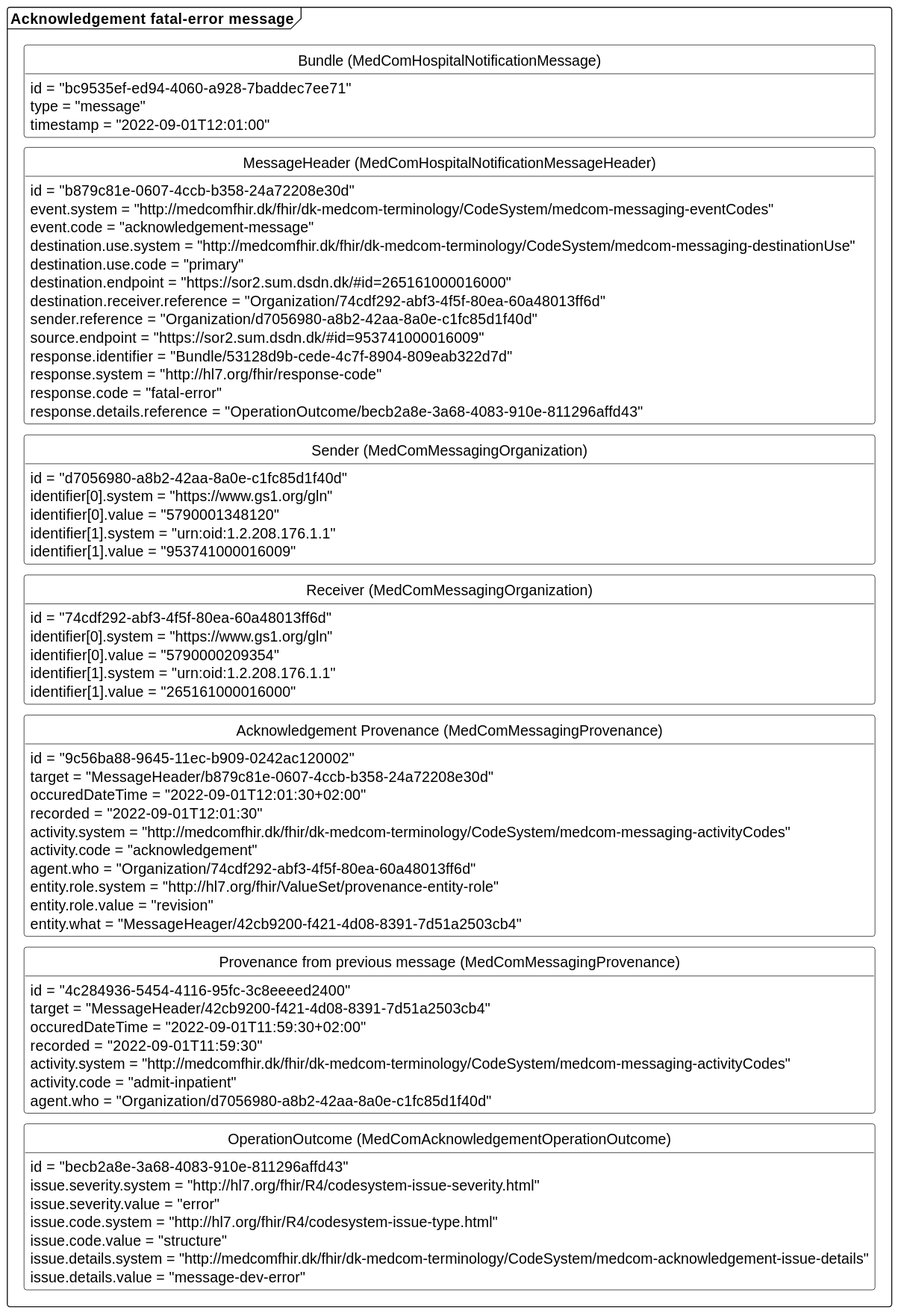
Earlier version of the PlantUML export input/images/AcknowledgementError.svg (medcomdk/dk-medcom-acknowledgement). Source of this version:
```plantuml
@startuml AcknowledgementError

skinparam class {
    BackgroundColor White
    BorderColor Black
    ArrowColor Black
  }
hide circle
hide empty members
skinparam SameClassWidth true
skinparam Ranksep 10


package "Acknowledgement fatal-error message" as ack <<Frame>>{
    class "Bundle (MedComHospitalNotificationMessage)" as ackB{
        id = "bc9535ef-ed94-4060-a928-7baddec7ee71"
        type = "message"
        timestamp = "2022-09-01T12:01:00"
    }
    class "MessageHeader (MedComHospitalNotificationMessageHeader)" as ackMH{
        id = "b879c81e-0607-4ccb-b358-24a72208e30d"
        event.system = "http://medcomfhir.dk/fhir/dk-medcom-terminology/CodeSystem/medcom-messaging-eventCodes"
        event.code = "acknowledgement-message"
        destination.use.system = "http://medcomfhir.dk/fhir/dk-medcom-terminology/CodeSystem/medcom-messaging-destinationUse"
        destination.use.code = "primary"
        destination.endpoint = "https://sor2.sum.dsdn.dk/#id=265161000016000"
        destination.receiver.reference = "Organization/74cdf292-abf3-4f5f-80ea-60a48013ff6d"
        sender.reference = "Organization/d7056980-a8b2-42aa-8a0e-c1fc85d1f40d"
        source.endpoint = "https://sor2.sum.dsdn.dk/#id=953741000016009"
        response.identifier = "Bundle/53128d9b-cede-4c7f-8904-809eab322d7d"
        response.system = "http://hl7.org/fhir/response-code"
        response.code = "fatal-error"
        response.details.reference = "OperationOutcome/becb2a8e-3a68-4083-910e-811296affd43"
    }
    class "Sender (MedComMessagingOrganization)" as ackROrg{
        id = "d7056980-a8b2-42aa-8a0e-c1fc85d1f40d"
        identifier[0].system = "https://www.gs1.org/gln"
        identifier[0].value = "5790001348120"
        identifier[1].system = "urn:oid:1.2.208.176.1.1"
        identifier[1].value = "953741000016009"
    }
    class "Receiver (MedComMessagingOrganization)" as ackSOrg{
        id = "74cdf292-abf3-4f5f-80ea-60a48013ff6d"
        identifier[0].system = "https://www.gs1.org/gln"
        identifier[0].value = "5790000209354"
        identifier[1].system = "urn:oid:1.2.208.176.1.1"
        identifier[1].value = "265161000016000"
    }
    class "Acknowledgement Provenance (MedComMessagingProvenance)" as ackPRO{
        id = "9c56ba88-9645-11ec-b909-0242ac120002"
        target = "MessageHeader/b879c81e-0607-4ccb-b358-24a72208e30d"
        occuredDateTime = "2022-09-01T12:01:30+02:00"
        recorded = "2022-09-01T12:01:30"
        activity.system = "http://medcomfhir.dk/fhir/dk-medcom-terminology/CodeSystem/medcom-messaging-activityCodes"
        activity.code = "acknowledgement"
        agent.who = "Organization/74cdf292-abf3-4f5f-80ea-60a48013ff6d"
        entity.role.system = "http://hl7.org/fhir/ValueSet/provenance-entity-role"
        entity.role.value = "revision"
        entity.what = "MessageHeager/42cb9200-f421-4d08-8391-7d51a2503cb4"
    }
        class "Provenance from previous message (MedComMessagingProvenance)" as previuosPRO{
        id = "4c284936-5454-4116-95fc-3c8eeeed2400"
        target = "MessageHeader/42cb9200-f421-4d08-8391-7d51a2503cb4"
        occuredDateTime = "2022-09-01T11:59:30+02:00"
        recorded = "2022-09-01T11:59:30"
        activity.system = "http://medcomfhir.dk/fhir/dk-medcom-terminology/CodeSystem/medcom-messaging-activityCodes"
        activity.code = "admit-inpatient"
        agent.who = "Organization/d7056980-a8b2-42aa-8a0e-c1fc85d1f40d"
    }
        class "OperationOutcome (MedComAcknowledgementOperationOutcome)" as ackOperation{
        id = "becb2a8e-3a68-4083-910e-811296affd43"
        issue.severity.system = "http://hl7.org/fhir/R4/codesystem-issue-severity.html"
        issue.severity.value = "error"
        issue.code.system = "http://hl7.org/fhir/R4/codesystem-issue-type.html"
        issue.code.value = "structure"
        issue.details.system = "http://medcomfhir.dk/fhir/dk-medcom-terminology/CodeSystem/medcom-acknowledgement-issue-details"
        issue.details.value = "message-dev-error"
    }

ackB -[hidden]- ackMH
ackMH-[hidden]-ackROrg
ackROrg-[hidden]-ackSOrg
ackSOrg-[hidden]-ackPRO
ackPRO-[hidden]-previuosPRO
previuosPRO-[hidden]-ackOperation
}


@enduml
```
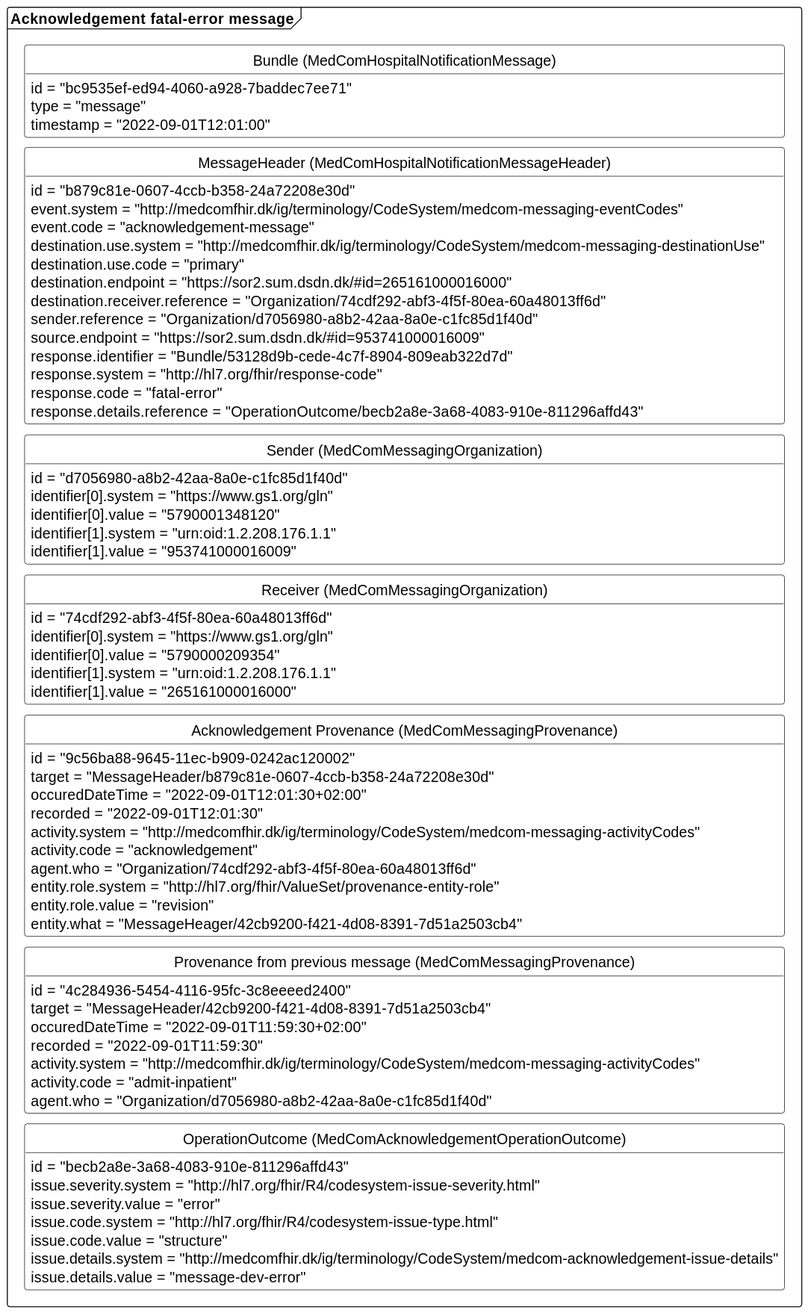
Later version of the same file.

The edit, as a diff of the source:
```diff
@@ -19,9 +19,9 @@
     }
     class "MessageHeader (MedComHospitalNotificationMessageHeader)" as ackMH{
         id = "b879c81e-0607-4ccb-b358-24a72208e30d"
-        event.system = "http://medcomfhir.dk/fhir/dk-medcom-terminology/CodeSystem/medcom-messaging-eventCodes"
+        event.system = "http://medcomfhir.dk/ig/terminology/CodeSystem/medcom-messaging-eventCodes"
         event.code = "acknowledgement-message"
-        destination.use.system = "http://medcomfhir.dk/fhir/dk-medcom-terminology/CodeSystem/medcom-messaging-destinationUse"
+        destination.use.system = "http://medcomfhir.dk/ig/terminology/CodeSystem/medcom-messaging-destinationUse"
         destination.use.code = "primary"
         destination.endpoint = "https://sor2.sum.dsdn.dk/#id=265161000016000"
         destination.receiver.reference = "Organization/74cdf292-abf3-4f5f-80ea-60a48013ff6d"
@@ -51,7 +51,7 @@
         target = "MessageHeader/b879c81e-0607-4ccb-b358-24a72208e30d"
         occuredDateTime = "2022-09-01T12:01:30+02:00"
         recorded = "2022-09-01T12:01:30"
-        activity.system = "http://medcomfhir.dk/fhir/dk-medcom-terminology/CodeSystem/medcom-messaging-activityCodes"
+        activity.system = "http://medcomfhir.dk/ig/terminology/CodeSystem/medcom-messaging-activityCodes"
         activity.code = "acknowledgement"
         agent.who = "Organization/74cdf292-abf3-4f5f-80ea-60a48013ff6d"
         entity.role.system = "http://hl7.org/fhir/ValueSet/provenance-entity-role"
@@ -63,7 +63,7 @@
         target = "MessageHeader/42cb9200-f421-4d08-8391-7d51a2503cb4"
         occuredDateTime = "2022-09-01T11:59:30+02:00"
         recorded = "2022-09-01T11:59:30"
-        activity.system = "http://medcomfhir.dk/fhir/dk-medcom-terminology/CodeSystem/medcom-messaging-activityCodes"
+        activity.system = "http://medcomfhir.dk/ig/terminology/CodeSystem/medcom-messaging-activityCodes"
         activity.code = "admit-inpatient"
         agent.who = "Organization/d7056980-a8b2-42aa-8a0e-c1fc85d1f40d"
     }
@@ -73,7 +73,7 @@
         issue.severity.value = "error"
         issue.code.system = "http://hl7.org/fhir/R4/codesystem-issue-type.html"
         issue.code.value = "structure"
-        issue.details.system = "http://medcomfhir.dk/fhir/dk-medcom-terminology/CodeSystem/medcom-acknowledgement-issue-details"
+        issue.details.system = "http://medcomfhir.dk/ig/terminology/CodeSystem/medcom-acknowledgement-issue-details"
         issue.details.value = "message-dev-error"
     }
 
```
